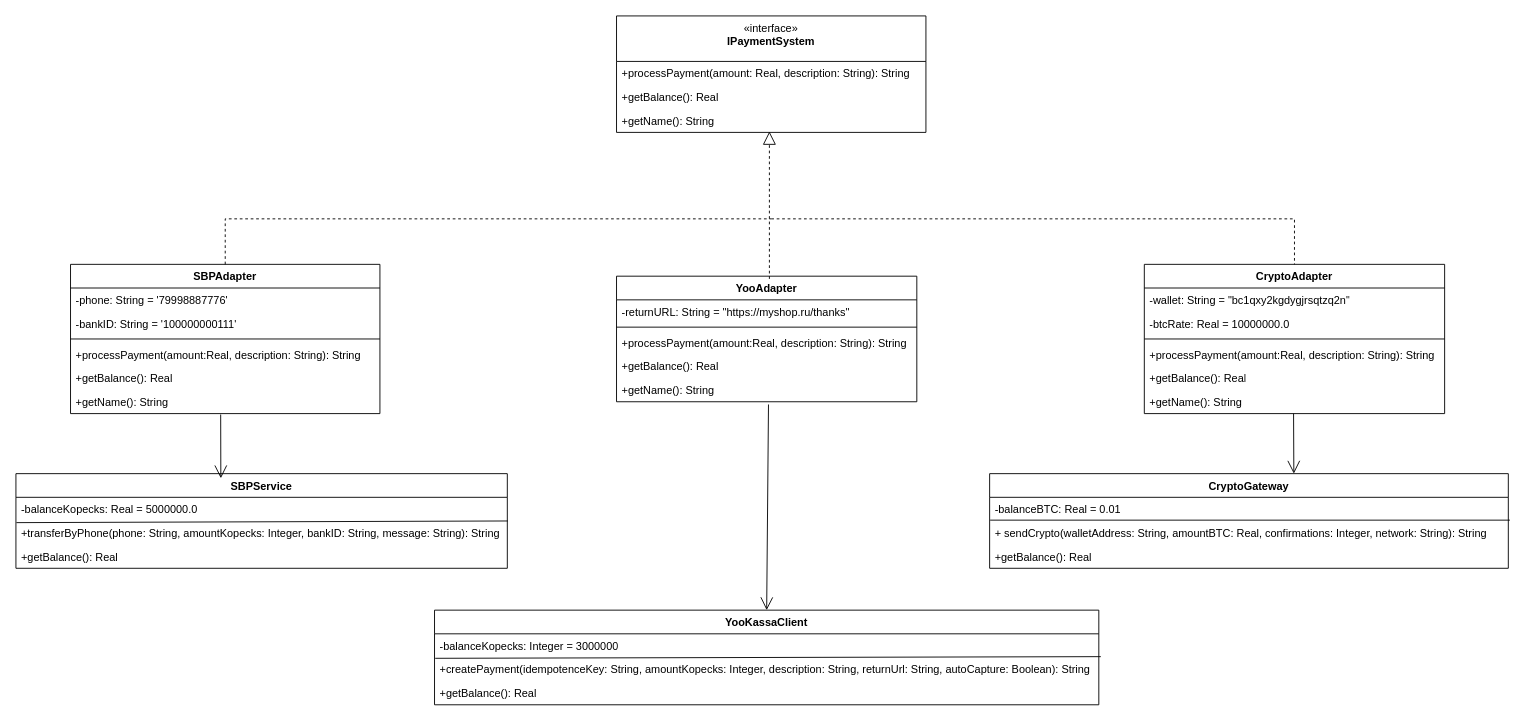
This is lab02/docs/ooap2.drawio from razzgrape/Object-oriented-analysis-and-design-2, a draw.io file, before an edit. Source tidied: cells renumbered, new cells numbered last; positions are measured from the earlier drawing's top-left corner, leaving out a move shared by most shapes. Both pictures are drawn from the tidied source at 91%, with x=0, y=0 at pixel (15, 15).
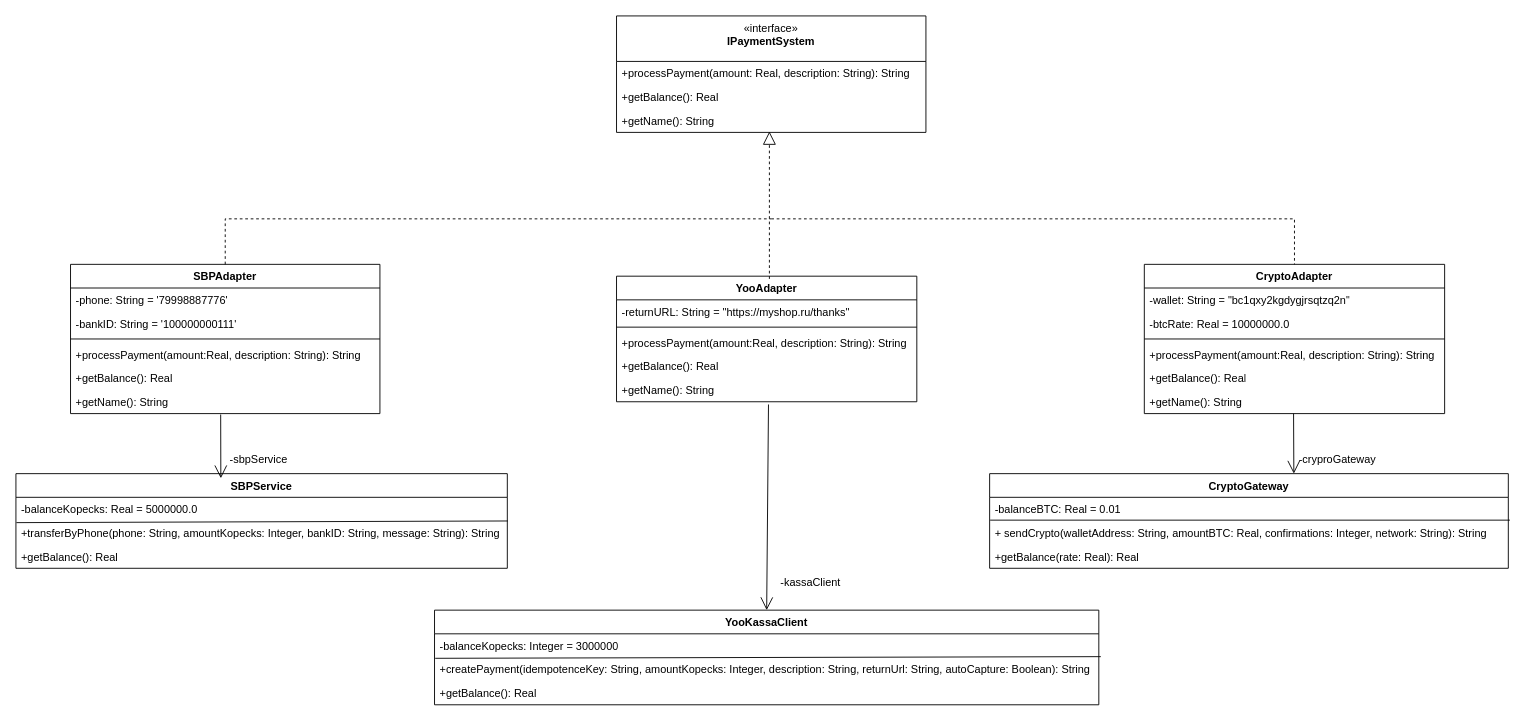
Above is the later version.

The change refers to these unchanged cells:
```xml
<mxCell id="31" value="CryptoGateway" style="swimlane;fontStyle=1;align=center;verticalAlign=top;horizontal=1;startSize=26;whiteSpace=wrap;html=1;" parent="1" vertex="1">
  <mxGeometry x="1070" y="503" width="570" height="104" as="geometry" />
</mxCell>
```

What changed in the source:
```diff
@@
-    <mxCell id="34" value="+getBalance(): Real" style="text;strokeColor=none;fillColor=none;align=left;verticalAlign=top;spacingLeft=4;spacingRight=4;overflow=hidden;whiteSpace=wrap;html=1;" parent="31" vertex="1">
+    <mxCell id="34" value="+getBalance(rate: Real): Real" style="text;strokeColor=none;fillColor=none;align=left;verticalAlign=top;spacingLeft=4;spacingRight=4;overflow=hidden;whiteSpace=wrap;html=1;" parent="31" vertex="1">
       <mxGeometry y="78" width="570" height="26" as="geometry" />
     </mxCell>
@@
+    <mxCell id="47" value="-sbpService" style="text;html=1;whiteSpace=wrap;strokeColor=none;fillColor=none;align=center;verticalAlign=middle;rounded=0;" parent="1" vertex="1">
+      <mxGeometry x="221" y="473" width="92" height="30" as="geometry" />
+    </mxCell>
+    <mxCell id="48" value="-kassaClient" style="text;html=1;whiteSpace=wrap;strokeColor=none;fillColor=none;align=center;verticalAlign=middle;rounded=0;" parent="1" vertex="1">
+      <mxGeometry x="830" y="608" width="87" height="30" as="geometry" />
+    </mxCell>
+    <mxCell id="49" value="-cryproGateway" style="text;html=1;whiteSpace=wrap;strokeColor=none;fillColor=none;align=center;verticalAlign=middle;rounded=0;" parent="1" vertex="1">
+      <mxGeometry x="1401" y="473" width="103" height="30" as="geometry" />
+    </mxCell>
```
